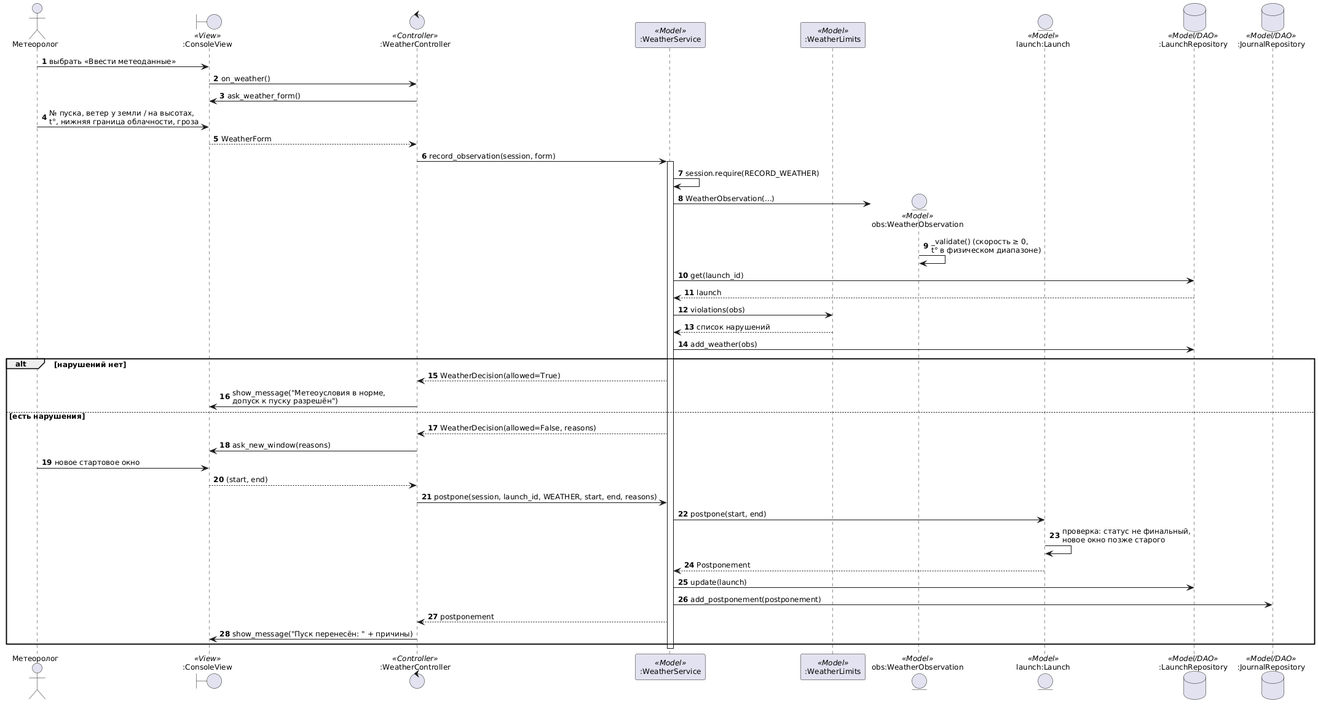
r3DBAD/SpaceCenter keeps this PlantUML diagram as docs/diagrams/uml/seq_weather_check.png. Above is the earlier version.
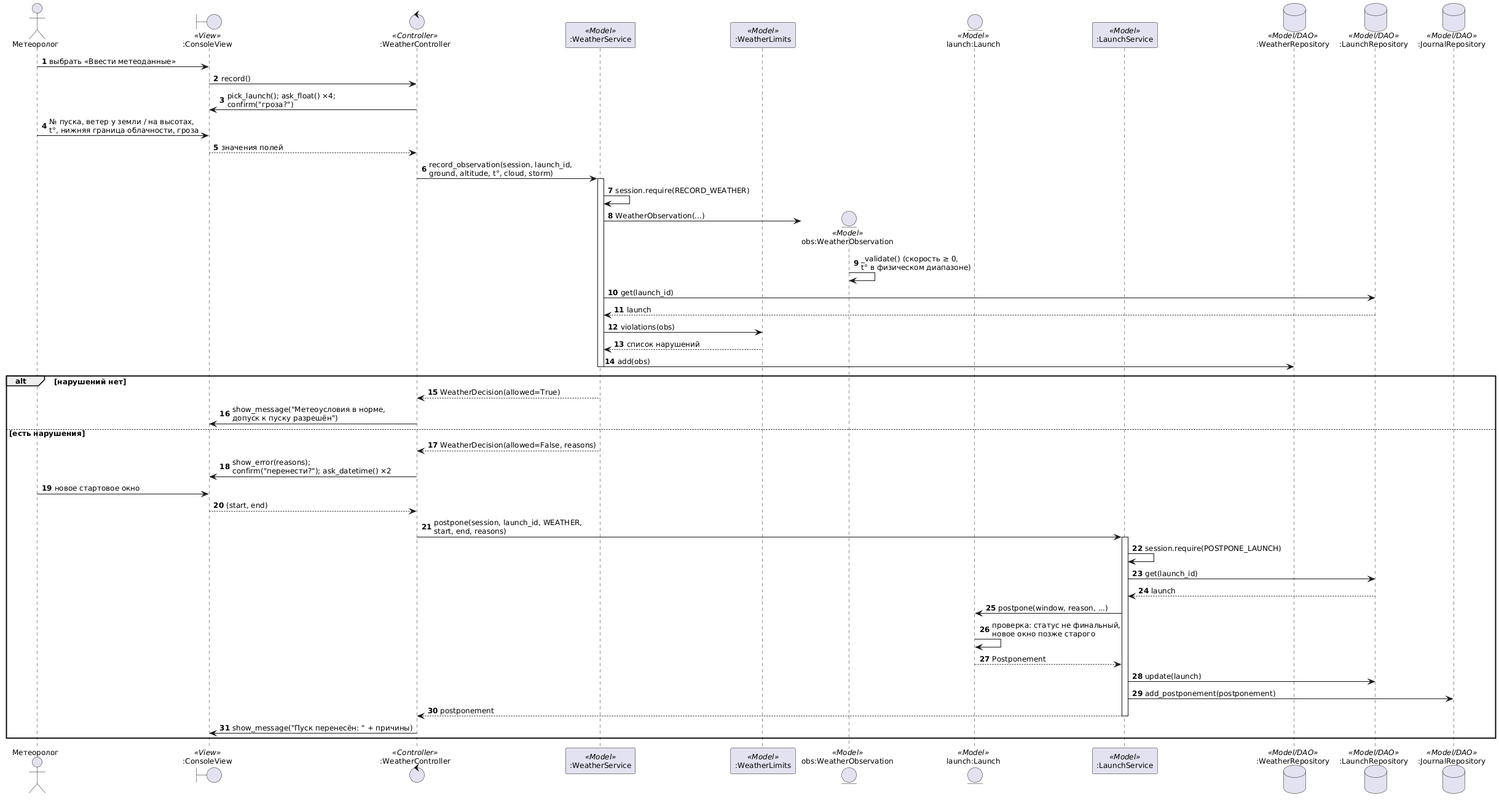
After the commit.

Diff of the diagram source:
```diff
@@ -12,16 +12,18 @@
 participant ":WeatherLimits" as Lim <<Model>>
 entity "obs:WeatherObservation" as O <<Model>>
 entity "launch:Launch" as L <<Model>>
+participant ":LaunchService" as LS <<Model>>
+database ":WeatherRepository" as WR <<Model/DAO>>
 database ":LaunchRepository" as LR <<Model/DAO>>
 database ":JournalRepository" as JR <<Model/DAO>>
 
 U -> V : выбрать «Ввести метеоданные»
-V -> C : on_weather()
-C -> V : ask_weather_form()
+V -> C : record()
+C -> V : pick_launch(); ask_float() ×4;\nconfirm("гроза?")
 U -> V : № пуска, ветер у земли / на высотах,\nt°, нижняя граница облачности, гроза
-V --> C : WeatherForm
+V --> C : значения полей
 
-C -> S : record_observation(session, form)
+C -> S : record_observation(session, launch_id,\nground, altitude, t°, cloud, storm)
 activate S
 S -> S : session.require(RECORD_WEATHER)
 S -> O ** : WeatherObservation(...)
@@ -30,24 +32,29 @@
 LR --> S : launch
 S -> Lim : violations(obs)
 Lim --> S : список нарушений
-S -> LR : add_weather(obs)
+S -> WR : add(obs)
 
+deactivate S
 alt нарушений нет
   S --> C : WeatherDecision(allowed=True)
   C -> V : show_message("Метеоусловия в норме,\nдопуск к пуску разрешён")
 else есть нарушения
   S --> C : WeatherDecision(allowed=False, reasons)
-  C -> V : ask_new_window(reasons)
+  C -> V : show_error(reasons);\nconfirm("перенести?"); ask_datetime() ×2
   U -> V : новое стартовое окно
   V --> C : (start, end)
-  C -> S : postpone(session, launch_id, WEATHER, start, end, reasons)
-  S -> L : postpone(start, end)
+  C -> LS : postpone(session, launch_id, WEATHER,\nstart, end, reasons)
+  activate LS
+  LS -> LS : session.require(POSTPONE_LAUNCH)
+  LS -> LR : get(launch_id)
+  LR --> LS : launch
+  LS -> L : postpone(window, reason, ...)
   L -> L : проверка: статус не финальный,\nновое окно позже старого
-  L --> S : Postponement
-  S -> LR : update(launch)
-  S -> JR : add_postponement(postponement)
-  S --> C : postponement
+  L --> LS : Postponement
+  LS -> LR : update(launch)
+  LS -> JR : add_postponement(postponement)
+  LS --> C : postponement
+  deactivate LS
   C -> V : show_message("Пуск перенесён: " + причины)
 end
-deactivate S
 @enduml
```
